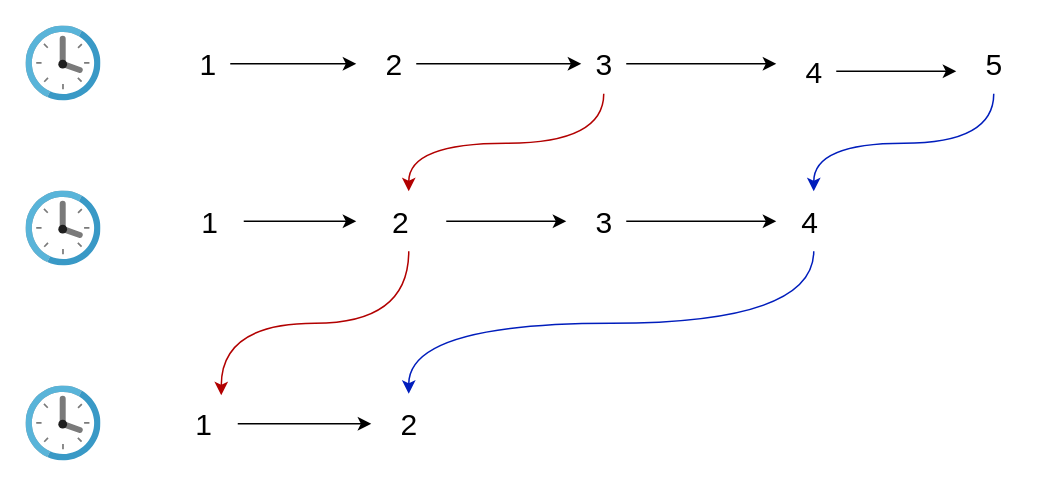
This is mvcc.drawio from rehoboan/Draw-Files, a draw.io file, before an edit. Source tidied: cells renumbered, new cells numbered last; positions are measured from the earlier drawing's top-left corner, leaving out a move shared by most shapes. Both pictures are drawn from the tidied source at 150%, with x=0, y=0 at pixel (26, 26).
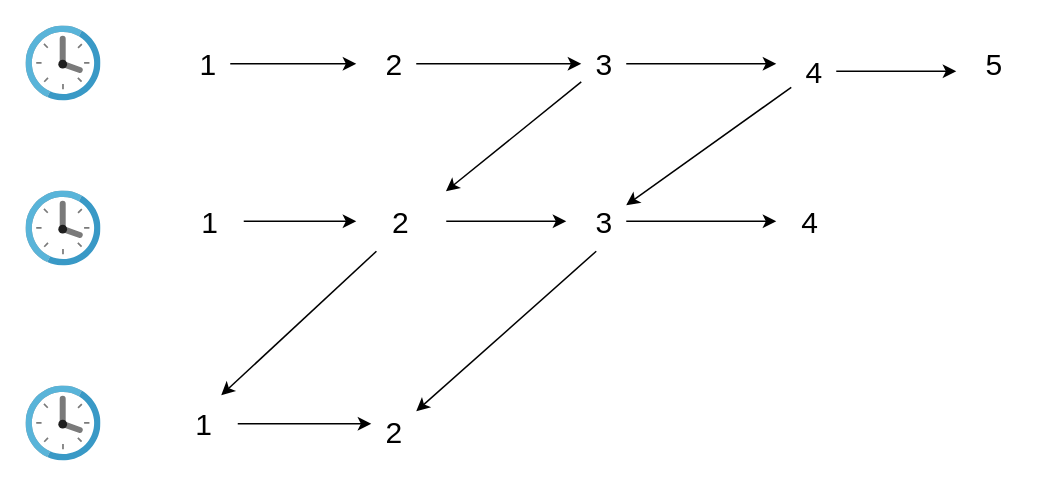
The same diagram, later.

Unchanged cells that the change refers to:
```xml
<mxCell id="11" value="3" style="text;html=1;align=center;verticalAlign=middle;points=[];strokeColor=none;fillColor=none;fontSize=20;" parent="1" vertex="1">
  <mxGeometry x="370" y="5" width="30" height="40" as="geometry" />
</mxCell>
<mxCell id="13" value="4" style="text;html=1;align=center;verticalAlign=middle;points=[];strokeColor=none;fillColor=none;fontSize=20;" parent="1" vertex="1">
  <mxGeometry x="510" y="10" width="30" height="40" as="geometry" />
</mxCell>
<mxCell id="18" value="2&amp;nbsp;&amp;nbsp;" style="text;html=1;align=center;verticalAlign=middle;points=[];strokeColor=none;fillColor=none;fontSize=20;" parent="1" vertex="1">
  <mxGeometry x="230" y="110" width="50" height="40" as="geometry" />
</mxCell>
<mxCell id="20" value="3" style="text;html=1;align=center;verticalAlign=middle;points=[];strokeColor=none;fillColor=none;fontSize=20;" parent="1" vertex="1">
  <mxGeometry x="370" y="110" width="30" height="40" as="geometry" />
</mxCell>
<mxCell id="22" value="4&amp;nbsp;" style="text;html=1;align=center;verticalAlign=middle;points=[];strokeColor=none;fillColor=none;fontSize=20;" parent="1" vertex="1">
  <mxGeometry x="505" y="110" width="40" height="40" as="geometry" />
</mxCell>
<mxCell id="24" value="1&amp;nbsp;" style="text;html=1;align=center;verticalAlign=middle;points=[];strokeColor=none;fillColor=none;fontSize=20;" parent="1" vertex="1">
  <mxGeometry x="101" y="245" width="40" height="40" as="geometry" />
</mxCell>
<mxCell id="27" value="5" style="text;html=1;align=center;verticalAlign=middle;points=[];strokeColor=none;fillColor=none;fontSize=20;" parent="1" vertex="1">
  <mxGeometry x="630" y="5" width="30" height="40" as="geometry" />
</mxCell>
```

What changed in the source:
```diff
@@
-    <mxCell id="10" style="edgeStyle=elbowEdgeStyle;jettySize=auto;html=1;elbow=vertical;fillColor=#e51400;strokeColor=#B20000;curved=1;" parent="1" edge="1" source="11" target="18">
+    <mxCell id="10" style="jettySize=auto;html=1;elbow=vertical;" parent="1" edge="1" source="11" target="18">
       <mxGeometry relative="1" as="geometry" />
     </mxCell>
@@
+    <mxCell id="28" style="rounded=0;jettySize=auto;html=1;" parent="1" edge="1" source="13" target="20">
+      <mxGeometry relative="1" as="geometry" />
+    </mxCell>
@@
-    <mxCell id="17" style="edgeStyle=elbowEdgeStyle;jettySize=auto;html=1;entryX=0.725;entryY=0.025;entryDx=0;entryDy=0;entryPerimeter=0;elbow=vertical;fillColor=#e51400;strokeColor=#B20000;curved=1;" parent="1" edge="1" source="18" target="24">
+    <mxCell id="17" style="jettySize=auto;html=1;entryX=0.725;entryY=0.025;entryDx=0;entryDy=0;entryPerimeter=0;elbow=vertical;" parent="1" edge="1" source="18" target="24">
       <mxGeometry relative="1" as="geometry" />
     </mxCell>
@@
-    <mxCell id="21" style="edgeStyle=elbowEdgeStyle;jettySize=auto;html=1;elbow=vertical;curved=1;fillColor=#0050ef;strokeColor=#001DBC;" parent="1" edge="1" source="22" target="25">
+    <mxCell id="21" style="jettySize=auto;html=1;elbow=vertical;exitX=0.333;exitY=1;exitDx=0;exitDy=0;exitPerimeter=0;" parent="1" edge="1" source="20" target="25">
       <mxGeometry relative="1" as="geometry" />
     </mxCell>
@@
     <mxCell id="25" value="2" style="text;html=1;align=center;verticalAlign=middle;points=[];strokeColor=none;fillColor=none;fontSize=20;" parent="1" vertex="1">
-      <mxGeometry x="240" y="245" width="30" height="40" as="geometry" />
+      <mxGeometry x="230" y="250" width="30" height="40" as="geometry" />
     </mxCell>
-    <mxCell id="26" style="edgeStyle=elbowEdgeStyle;jettySize=auto;html=1;elbow=vertical;curved=1;fillColor=#0050ef;strokeColor=#001DBC;" parent="1" edge="1" source="27" target="22">
-      <mxGeometry relative="1" as="geometry" />
-    </mxCell>
```
